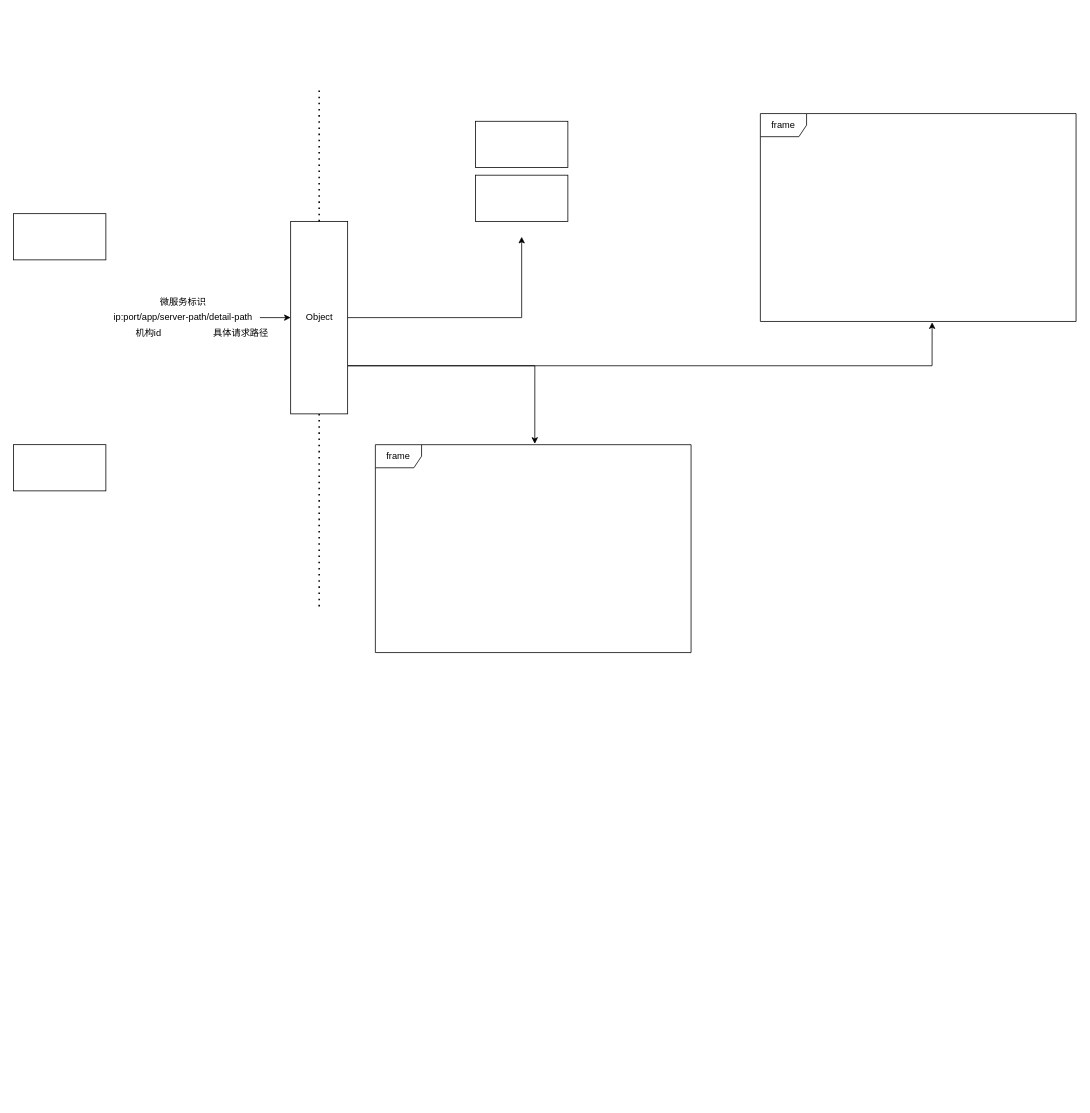
Before: page "第 3 页" (3 of 3) of raft.drawio in Echidnaaa/draw, a draw.io diagram. Source tidied: cells renumbered, new cells numbered last; positions are measured from the earlier drawing's top-left corner, leaving out a move shared by most shapes. Both pictures are drawn from the tidied source at 77%, with x=0, y=0 at pixel (13, 90).
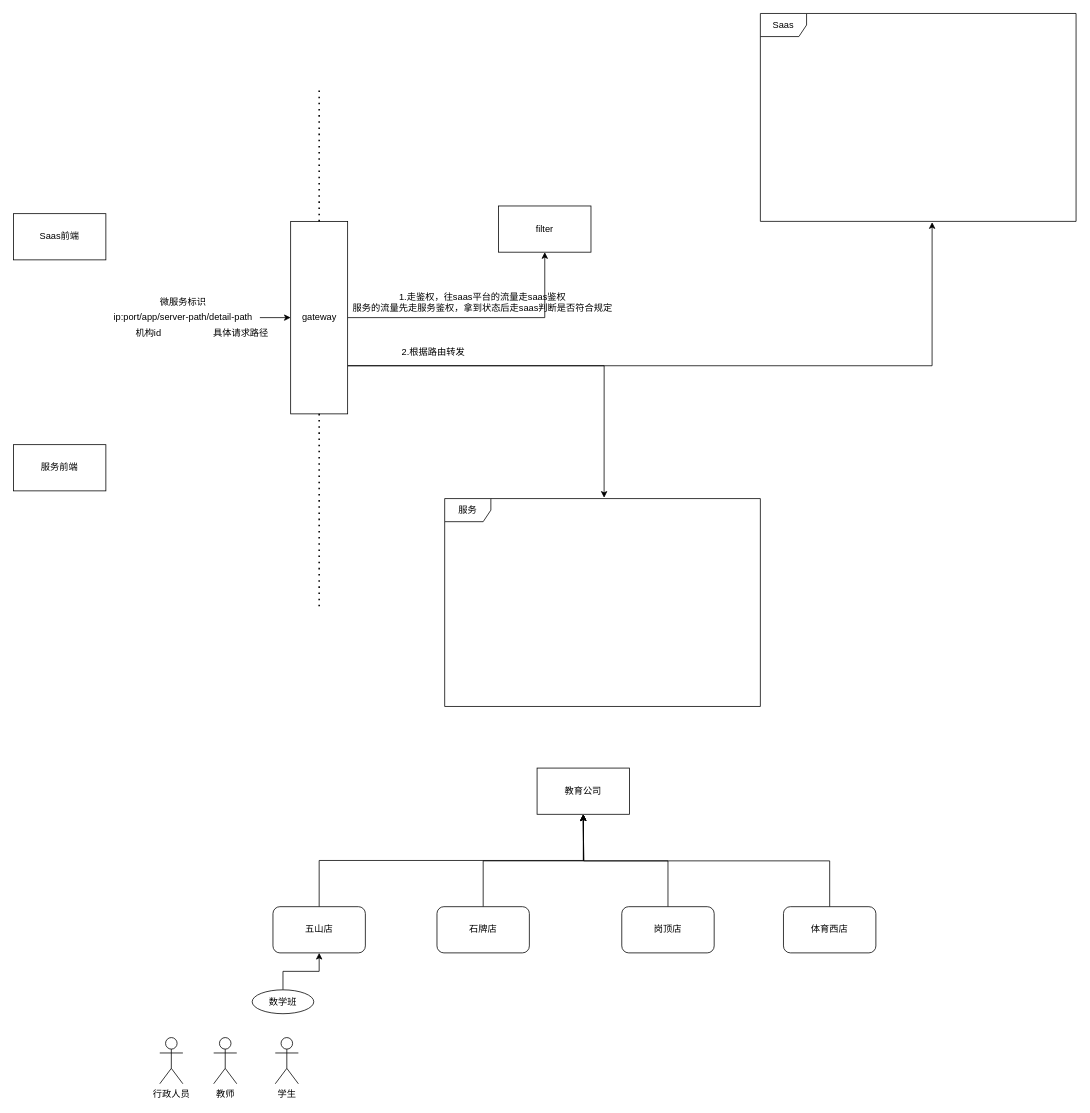
Above is the later version.

Change to the diagram source:
```diff
@@
-    <mxCell id="2" style="rounded=0;whiteSpace=wrap;html=1;" parent="1" vertex="1">
+    <mxCell id="2" value="Saas前端" style="rounded=0;whiteSpace=wrap;html=1;" parent="1" vertex="1">
       <mxGeometry y="160" width="120" height="60" as="geometry" />
     </mxCell>
-    <mxCell id="3" style="rounded=0;whiteSpace=wrap;html=1;" parent="1" vertex="1">
+    <mxCell id="3" value="服务前端" style="rounded=0;whiteSpace=wrap;html=1;" parent="1" vertex="1">
       <mxGeometry y="460" width="120" height="60" as="geometry" />
     </mxCell>
-    <mxCell id="4" style="edgeStyle=orthogonalEdgeStyle;rounded=0;jettySize=auto;html=1;exitX=1;exitY=0.5;exitDx=0;exitDy=0;" parent="1" edge="1" source="7">
+    <mxCell id="4" style="edgeStyle=orthogonalEdgeStyle;rounded=0;jettySize=auto;html=1;exitX=1;exitY=0.5;exitDx=0;exitDy=0;entryX=0.5;entryY=1;entryDx=0;entryDy=0;" parent="1" edge="1" source="7" target="11">
       <mxGeometry relative="1" as="geometry">
-        <mxPoint x="660" y="190" as="targetPoint" />
         <Array as="points">
-          <mxPoint x="660" y="295" />
+          <mxPoint x="690" y="295" />
         </Array>
       </mxGeometry>
     </mxCell>
@@
-    <mxCell id="7" value="Object" style="html=1;" parent="1" vertex="1">
+    <mxCell id="7" value="gateway" style="html=1;" parent="1" vertex="1">
       <mxGeometry x="360" y="170" width="74" height="250" as="geometry" />
     </mxCell>
@@
-    <mxCell id="10" style="rounded=0;whiteSpace=wrap;html=1;" parent="1" vertex="1">
-      <mxGeometry x="600" y="40" width="120" height="60" as="geometry" />
-    </mxCell>
-    <mxCell id="11" style="rounded=0;whiteSpace=wrap;html=1;" parent="1" vertex="1">
-      <mxGeometry x="600" y="110" width="120" height="60" as="geometry" />
+    <mxCell id="11" value="filter" style="rounded=0;whiteSpace=wrap;html=1;" parent="1" vertex="1">
+      <mxGeometry x="630" y="150" width="120" height="60" as="geometry" />
     </mxCell>
-    <mxCell id="12" value="frame" style="shape=umlFrame;whiteSpace=wrap;html=1;" parent="1" vertex="1">
-      <mxGeometry x="470" y="460" width="410" height="270" as="geometry" />
+    <mxCell id="12" value="服务" style="shape=umlFrame;whiteSpace=wrap;html=1;" parent="1" vertex="1">
+      <mxGeometry x="560" y="530" width="410" height="270" as="geometry" />
     </mxCell>
-    <mxCell id="13" value="frame" style="shape=umlFrame;whiteSpace=wrap;html=1;" parent="1" vertex="1">
-      <mxGeometry x="970" y="30" width="410" height="270" as="geometry" />
+    <mxCell id="13" value="Saas" style="shape=umlFrame;whiteSpace=wrap;html=1;" parent="1" vertex="1">
+      <mxGeometry x="970" y="-100" width="410" height="270" as="geometry" />
     </mxCell>
@@
+    <mxCell id="19" value="教育公司" style="rounded=0;whiteSpace=wrap;html=1;" parent="1" vertex="1">
+      <mxGeometry x="680" y="880" width="120" height="60" as="geometry" />
+    </mxCell>
+    <mxCell id="20" style="edgeStyle=orthogonalEdgeStyle;rounded=0;jettySize=auto;html=1;exitX=0.5;exitY=0;exitDx=0;exitDy=0;entryX=0.5;entryY=1;entryDx=0;entryDy=0;" parent="1" edge="1" source="21" target="19">
+      <mxGeometry relative="1" as="geometry" />
+    </mxCell>
+    <mxCell id="21" value="五山店" style="rounded=1;whiteSpace=wrap;html=1;" parent="1" vertex="1">
+      <mxGeometry x="337" y="1060" width="120" height="60" as="geometry" />
+    </mxCell>
+    <mxCell id="22" style="edgeStyle=orthogonalEdgeStyle;rounded=0;jettySize=auto;html=1;exitX=0.5;exitY=0;exitDx=0;exitDy=0;" parent="1" edge="1" source="23">
+      <mxGeometry relative="1" as="geometry">
+        <mxPoint x="740" y="940" as="targetPoint" />
+      </mxGeometry>
+    </mxCell>
+    <mxCell id="23" value="石牌店" style="rounded=1;whiteSpace=wrap;html=1;" parent="1" vertex="1">
+      <mxGeometry x="550" y="1060" width="120" height="60" as="geometry" />
+    </mxCell>
+    <mxCell id="24" style="edgeStyle=orthogonalEdgeStyle;rounded=0;jettySize=auto;html=1;exitX=0.5;exitY=0;exitDx=0;exitDy=0;" parent="1" edge="1" source="25">
+      <mxGeometry relative="1" as="geometry">
+        <mxPoint x="740" y="940" as="targetPoint" />
+      </mxGeometry>
+    </mxCell>
+    <mxCell id="25" value="岗顶店" style="rounded=1;whiteSpace=wrap;html=1;" parent="1" vertex="1">
+      <mxGeometry x="790" y="1060" width="120" height="60" as="geometry" />
+    </mxCell>
+    <mxCell id="26" style="edgeStyle=orthogonalEdgeStyle;rounded=0;jettySize=auto;html=1;exitX=0.5;exitY=0;exitDx=0;exitDy=0;" parent="1" edge="1" source="27">
+      <mxGeometry relative="1" as="geometry">
+        <mxPoint x="740" y="940" as="targetPoint" />
+      </mxGeometry>
+    </mxCell>
+    <mxCell id="27" value="体育西店" style="rounded=1;whiteSpace=wrap;html=1;" parent="1" vertex="1">
+      <mxGeometry x="1000" y="1060" width="120" height="60" as="geometry" />
+    </mxCell>
+    <mxCell id="28" value="行政人员" style="shape=umlActor;verticalLabelPosition=bottom;verticalAlign=top;html=1;" parent="1" vertex="1">
+      <mxGeometry x="190" y="1230" width="30" height="60" as="geometry" />
+    </mxCell>
+    <mxCell id="29" value="教师" style="shape=umlActor;verticalLabelPosition=bottom;verticalAlign=top;html=1;" parent="1" vertex="1">
+      <mxGeometry x="260" y="1230" width="30" height="60" as="geometry" />
+    </mxCell>
+    <mxCell id="30" value="学生" style="shape=umlActor;verticalLabelPosition=bottom;verticalAlign=top;html=1;" parent="1" vertex="1">
+      <mxGeometry x="340" y="1230" width="30" height="60" as="geometry" />
+    </mxCell>
+    <mxCell id="31" style="edgeStyle=orthogonalEdgeStyle;rounded=0;jettySize=auto;html=1;entryX=0.5;entryY=1;entryDx=0;entryDy=0;" parent="1" edge="1" source="32" target="21">
+      <mxGeometry relative="1" as="geometry" />
+    </mxCell>
+    <mxCell id="32" value="数学班" style="ellipse;whiteSpace=wrap;html=1;" parent="1" vertex="1">
+      <mxGeometry x="310" y="1168" width="80" height="31" as="geometry" />
+    </mxCell>
+    <mxCell id="33" value="1.走鉴权，往saas平台的流量走saas鉴权&lt;br&gt;服务的流量先走服务鉴权，拿到状态后走saas判断是否符合规定" style="text;html=1;align=center;verticalAlign=middle;" parent="1" vertex="1">
+      <mxGeometry x="434" y="260" width="350" height="30" as="geometry" />
+    </mxCell>
+    <mxCell id="34" value="2.根据路由转发" style="text;html=1;align=center;verticalAlign=middle;" parent="1" vertex="1">
+      <mxGeometry x="495" y="330" width="100" height="20" as="geometry" />
+    </mxCell>
```
